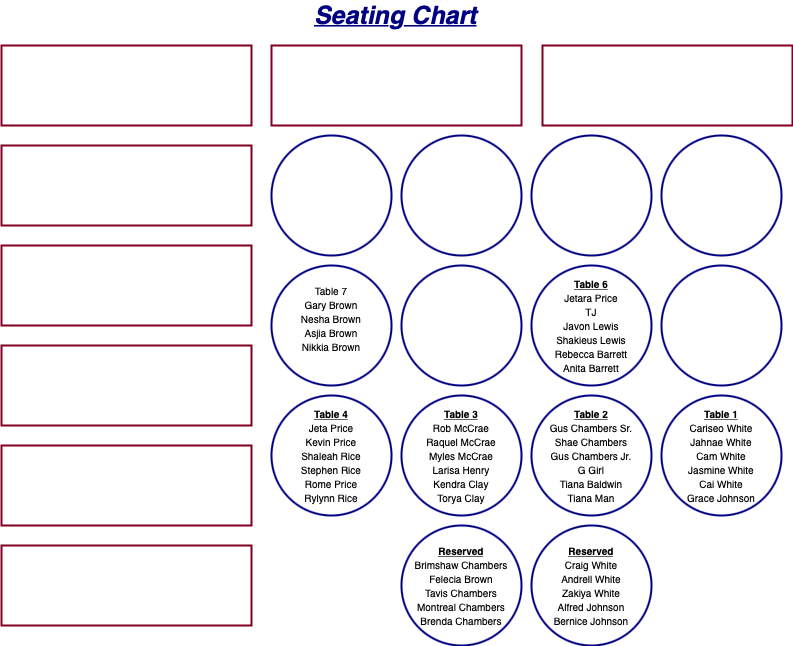
Dmchambers491/Dmchambers491.github.io keeps this draw.io diagram as Seating Chart 2.drawio.png. Above is the earlier version. Source tidied: cells renumbered, new cells last; positions are measured from the earlier drawing's top-left corner, leaving out a move shared by most shapes.
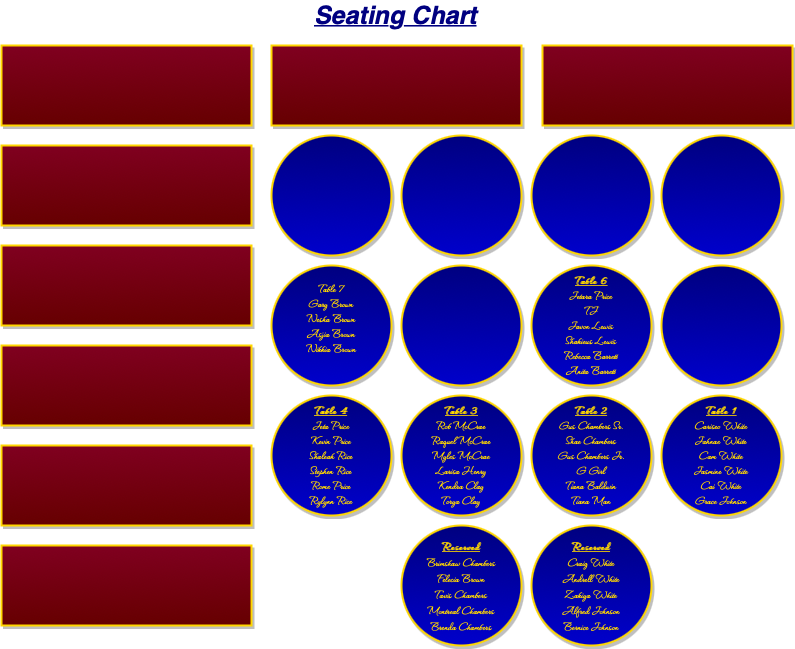
After the change.

The edit, as a diff of the source:
```diff
@@ -2,70 +2,70 @@
   <root>
     <mxCell id="0" />
     <mxCell id="1" parent="0" />
-    <mxCell id="2" style="rounded=0;whiteSpace=wrap;html=1;strokeWidth=2;strokeColor=#800020;" parent="1" vertex="1">
+    <mxCell id="2" style="rounded=0;whiteSpace=wrap;html=1;strokeWidth=2;strokeColor=#FFD700;shadow=1;fillColor=#800020;gradientColor=#660000;" parent="1" vertex="1">
       <mxGeometry y="40" width="250" height="80" as="geometry" />
     </mxCell>
-    <mxCell id="3" style="rounded=0;whiteSpace=wrap;html=1;strokeWidth=2;strokeColor=#800020;" parent="1" vertex="1">
+    <mxCell id="3" style="rounded=0;whiteSpace=wrap;html=1;strokeWidth=2;strokeColor=#FFD700;shadow=1;fillColor=#800020;gradientColor=#660000;" parent="1" vertex="1">
       <mxGeometry y="140" width="250" height="80" as="geometry" />
     </mxCell>
-    <mxCell id="4" style="rounded=0;whiteSpace=wrap;html=1;strokeWidth=2;strokeColor=#800020;" parent="1" vertex="1">
+    <mxCell id="4" style="rounded=0;whiteSpace=wrap;html=1;strokeWidth=2;strokeColor=#FFD700;shadow=1;fillColor=#800020;gradientColor=#660000;" parent="1" vertex="1">
       <mxGeometry y="240" width="250" height="80" as="geometry" />
     </mxCell>
-    <mxCell id="5" style="rounded=0;whiteSpace=wrap;html=1;strokeWidth=2;strokeColor=#800020;" parent="1" vertex="1">
+    <mxCell id="5" style="rounded=0;whiteSpace=wrap;html=1;strokeWidth=2;strokeColor=#FFD700;shadow=1;fillColor=#800020;gradientColor=#660000;" parent="1" vertex="1">
       <mxGeometry y="340" width="250" height="80" as="geometry" />
     </mxCell>
-    <mxCell id="6" style="rounded=0;whiteSpace=wrap;html=1;strokeWidth=2;strokeColor=#800020;" parent="1" vertex="1">
+    <mxCell id="6" style="rounded=0;whiteSpace=wrap;html=1;strokeWidth=2;strokeColor=#FFD700;shadow=1;fillColor=#800020;gradientColor=#660000;" parent="1" vertex="1">
       <mxGeometry y="440" width="250" height="80" as="geometry" />
     </mxCell>
-    <mxCell id="7" value="&lt;font&gt;&lt;font size=&quot;1&quot;&gt;&lt;br&gt;&lt;/font&gt;&lt;/font&gt;" style="rounded=0;whiteSpace=wrap;html=1;strokeWidth=2;strokeColor=#800020;" parent="1" vertex="1">
+    <mxCell id="7" value="&lt;font&gt;&lt;font size=&quot;1&quot;&gt;&lt;br&gt;&lt;/font&gt;&lt;/font&gt;" style="rounded=0;whiteSpace=wrap;html=1;strokeWidth=2;strokeColor=#FFD700;shadow=1;fillColor=#800020;gradientColor=#660000;" parent="1" vertex="1">
       <mxGeometry y="540" width="250" height="80" as="geometry" />
     </mxCell>
-    <mxCell id="8" style="rounded=0;whiteSpace=wrap;html=1;strokeWidth=2;strokeColor=#800020;" parent="1" vertex="1">
+    <mxCell id="8" style="rounded=0;whiteSpace=wrap;html=1;strokeWidth=2;strokeColor=#FFD700;shadow=1;fillColor=#800020;gradientColor=#660000;" parent="1" vertex="1">
       <mxGeometry x="270" y="40" width="250" height="80" as="geometry" />
     </mxCell>
-    <mxCell id="9" style="rounded=0;whiteSpace=wrap;html=1;strokeWidth=2;strokeColor=#800020;" parent="1" vertex="1">
+    <mxCell id="9" style="rounded=0;whiteSpace=wrap;html=1;strokeWidth=2;strokeColor=#FFD700;shadow=1;fillColor=#800020;gradientColor=#660000;" parent="1" vertex="1">
       <mxGeometry x="541" y="40" width="250" height="80" as="geometry" />
     </mxCell>
-    <mxCell id="10" style="ellipse;whiteSpace=wrap;html=1;strokeWidth=2;strokeColor=#000080;" parent="1" vertex="1">
+    <mxCell id="10" style="ellipse;whiteSpace=wrap;html=1;strokeWidth=2;strokeColor=#FFD700;sketch=0;shadow=1;fillColor=#000080;gradientColor=#0000CC;fontColor=#FFD700;fontFamily=Waterfall;fontSource=https%3A%2F%2Ffonts.googleapis.com%2Fcss%3Ffamily%3DWaterfall;fontSize=13;" parent="1" vertex="1">
       <mxGeometry x="270" y="130" width="120" height="120" as="geometry" />
     </mxCell>
-    <mxCell id="11" style="ellipse;whiteSpace=wrap;html=1;strokeWidth=2;strokeColor=#000080;" parent="1" vertex="1">
+    <mxCell id="11" style="ellipse;whiteSpace=wrap;html=1;strokeWidth=2;strokeColor=#FFD700;shadow=1;fillColor=#000080;gradientColor=#0000CC;fontColor=#FFD700;fontFamily=Waterfall;fontSource=https%3A%2F%2Ffonts.googleapis.com%2Fcss%3Ffamily%3DWaterfall;fontSize=13;" parent="1" vertex="1">
       <mxGeometry x="400" y="130" width="120" height="120" as="geometry" />
     </mxCell>
-    <mxCell id="12" style="ellipse;whiteSpace=wrap;html=1;strokeWidth=2;strokeColor=#000080;" parent="1" vertex="1">
+    <mxCell id="12" style="ellipse;whiteSpace=wrap;html=1;strokeWidth=2;strokeColor=#FFD700;shadow=1;fillColor=#000080;gradientColor=#0000CC;fontColor=#FFD700;fontFamily=Waterfall;fontSource=https%3A%2F%2Ffonts.googleapis.com%2Fcss%3Ffamily%3DWaterfall;fontSize=13;" parent="1" vertex="1">
       <mxGeometry x="530" y="130" width="120" height="120" as="geometry" />
     </mxCell>
-    <mxCell id="13" style="ellipse;whiteSpace=wrap;html=1;strokeWidth=2;strokeColor=#000080;" parent="1" vertex="1">
+    <mxCell id="13" style="ellipse;whiteSpace=wrap;html=1;strokeWidth=2;strokeColor=#FFD700;shadow=1;fillColor=#000080;gradientColor=#0000CC;fontColor=#FFD700;fontFamily=Waterfall;fontSource=https%3A%2F%2Ffonts.googleapis.com%2Fcss%3Ffamily%3DWaterfall;fontSize=13;" parent="1" vertex="1">
       <mxGeometry x="660" y="130" width="120" height="120" as="geometry" />
     </mxCell>
-    <mxCell id="14" value="&lt;font style=&quot;font-size: 10px&quot;&gt;Table 7&lt;br&gt;Gary Brown&lt;br&gt;Nesha Brown&lt;br&gt;Asjia Brown&lt;br&gt;Nikkia Brown&lt;br&gt;&lt;br&gt;&lt;/font&gt;" style="ellipse;whiteSpace=wrap;html=1;strokeWidth=2;strokeColor=#000080;" parent="1" vertex="1">
+    <mxCell id="14" value="&lt;font style=&quot;font-size: 13px;&quot;&gt;Table 7&lt;br style=&quot;font-size: 13px;&quot;&gt;Gary Brown&lt;br style=&quot;font-size: 13px;&quot;&gt;Nesha Brown&lt;br style=&quot;font-size: 13px;&quot;&gt;Asjia Brown&lt;br style=&quot;font-size: 13px;&quot;&gt;Nikkia Brown&lt;br style=&quot;font-size: 13px;&quot;&gt;&lt;br style=&quot;font-size: 13px;&quot;&gt;&lt;/font&gt;" style="ellipse;whiteSpace=wrap;html=1;strokeWidth=2;strokeColor=#FFD700;shadow=1;fillColor=#000080;gradientColor=#0000CC;fontColor=#FFD700;fontFamily=Waterfall;fontSource=https%3A%2F%2Ffonts.googleapis.com%2Fcss%3Ffamily%3DWaterfall;fontSize=13;" parent="1" vertex="1">
       <mxGeometry x="270" y="260" width="120" height="120" as="geometry" />
     </mxCell>
-    <mxCell id="15" style="ellipse;whiteSpace=wrap;html=1;strokeWidth=2;strokeColor=#000080;" parent="1" vertex="1">
+    <mxCell id="15" style="ellipse;whiteSpace=wrap;html=1;strokeWidth=2;strokeColor=#FFD700;shadow=1;fillColor=#000080;gradientColor=#0000CC;fontColor=#FFD700;fontFamily=Waterfall;fontSource=https%3A%2F%2Ffonts.googleapis.com%2Fcss%3Ffamily%3DWaterfall;fontSize=13;" parent="1" vertex="1">
       <mxGeometry x="400" y="260" width="120" height="120" as="geometry" />
     </mxCell>
-    <mxCell id="16" value="&lt;font style=&quot;font-size: 10px&quot;&gt;&lt;b&gt;&lt;u&gt;Table 6&lt;br&gt;&lt;/u&gt;&lt;/b&gt;Jetara Price&lt;br&gt;TJ&lt;br&gt;Javon Lewis&lt;br&gt;Shakieus Lewis&lt;br&gt;Rebecca Barrett&lt;br&gt;Anita Barrett&lt;br&gt;&lt;/font&gt;" style="ellipse;whiteSpace=wrap;html=1;strokeWidth=2;strokeColor=#000080;" parent="1" vertex="1">
+    <mxCell id="16" value="&lt;font style=&quot;font-size: 13px;&quot;&gt;&lt;b style=&quot;font-size: 13px;&quot;&gt;&lt;u style=&quot;font-size: 13px;&quot;&gt;Table 6&lt;br style=&quot;font-size: 13px;&quot;&gt;&lt;/u&gt;&lt;/b&gt;Jetara Price&lt;br style=&quot;font-size: 13px;&quot;&gt;TJ&lt;br style=&quot;font-size: 13px;&quot;&gt;Javon Lewis&lt;br style=&quot;font-size: 13px;&quot;&gt;Shakieus Lewis&lt;br style=&quot;font-size: 13px;&quot;&gt;Rebecca Barrett&lt;br style=&quot;font-size: 13px;&quot;&gt;Anita Barrett&lt;br style=&quot;font-size: 13px;&quot;&gt;&lt;/font&gt;" style="ellipse;whiteSpace=wrap;html=1;strokeWidth=2;strokeColor=#FFD700;shadow=1;fillColor=#000080;gradientColor=#0000CC;fontColor=#FFD700;fontFamily=Waterfall;fontSource=https%3A%2F%2Ffonts.googleapis.com%2Fcss%3Ffamily%3DWaterfall;fontSize=13;" parent="1" vertex="1">
       <mxGeometry x="530" y="260" width="120" height="120" as="geometry" />
     </mxCell>
-    <mxCell id="17" style="ellipse;whiteSpace=wrap;html=1;strokeWidth=2;strokeColor=#000080;" parent="1" vertex="1">
+    <mxCell id="17" style="ellipse;whiteSpace=wrap;html=1;strokeWidth=2;strokeColor=#FFD700;shadow=1;fillColor=#000080;gradientColor=#0000CC;fontColor=#FFD700;fontFamily=Waterfall;fontSource=https%3A%2F%2Ffonts.googleapis.com%2Fcss%3Ffamily%3DWaterfall;fontSize=13;" parent="1" vertex="1">
       <mxGeometry x="660" y="260" width="120" height="120" as="geometry" />
     </mxCell>
-    <mxCell id="18" value="&lt;font style=&quot;font-size: 10px&quot;&gt;&lt;b&gt;&lt;u&gt;Table 4&lt;br&gt;&lt;/u&gt;&lt;/b&gt;Jeta Price&lt;br&gt;Kevin Price&lt;br&gt;Shaleah Rice&lt;br&gt;Stephen Rice&lt;br&gt;Rome Price&lt;br&gt;Rylynn Rice&lt;br&gt;&lt;/font&gt;" style="ellipse;whiteSpace=wrap;html=1;strokeWidth=2;strokeColor=#000080;" parent="1" vertex="1">
+    <mxCell id="18" value="&lt;font style=&quot;font-size: 13px;&quot;&gt;&lt;b style=&quot;font-size: 13px;&quot;&gt;&lt;u style=&quot;font-size: 13px;&quot;&gt;Table 4&lt;br style=&quot;font-size: 13px;&quot;&gt;&lt;/u&gt;&lt;/b&gt;Jeta Price&lt;br style=&quot;font-size: 13px;&quot;&gt;Kevin Price&lt;br style=&quot;font-size: 13px;&quot;&gt;Shaleah Rice&lt;br style=&quot;font-size: 13px;&quot;&gt;Stephen Rice&lt;br style=&quot;font-size: 13px;&quot;&gt;Rome Price&lt;br style=&quot;font-size: 13px;&quot;&gt;Rylynn Rice&lt;br style=&quot;font-size: 13px;&quot;&gt;&lt;/font&gt;" style="ellipse;whiteSpace=wrap;html=1;strokeWidth=2;strokeColor=#FFD700;shadow=1;fillColor=#000080;gradientColor=#0000CC;fontColor=#FFD700;fontFamily=Waterfall;fontSource=https%3A%2F%2Ffonts.googleapis.com%2Fcss%3Ffamily%3DWaterfall;fontSize=13;" parent="1" vertex="1">
       <mxGeometry x="270" y="390" width="120" height="120" as="geometry" />
     </mxCell>
-    <mxCell id="19" value="&lt;font style=&quot;font-size: 10px&quot;&gt;&lt;b&gt;&lt;u&gt;Table 3&lt;br&gt;&lt;/u&gt;&lt;/b&gt;Rob McCrae&lt;br&gt;Raquel McCrae&lt;br&gt;Myles McCrae&lt;br&gt;Larisa Henry&lt;br&gt;Kendra Clay&lt;br&gt;Torya Clay&lt;br&gt;&lt;/font&gt;" style="ellipse;whiteSpace=wrap;html=1;strokeWidth=2;strokeColor=#000080;" parent="1" vertex="1">
+    <mxCell id="19" value="&lt;font style=&quot;font-size: 13px;&quot;&gt;&lt;b style=&quot;font-size: 13px;&quot;&gt;&lt;u style=&quot;font-size: 13px;&quot;&gt;Table 3&lt;br style=&quot;font-size: 13px;&quot;&gt;&lt;/u&gt;&lt;/b&gt;Rob McCrae&lt;br style=&quot;font-size: 13px;&quot;&gt;Raquel McCrae&lt;br style=&quot;font-size: 13px;&quot;&gt;Myles McCrae&lt;br style=&quot;font-size: 13px;&quot;&gt;Larisa Henry&lt;br style=&quot;font-size: 13px;&quot;&gt;Kendra Clay&lt;br style=&quot;font-size: 13px;&quot;&gt;Torya Clay&lt;br style=&quot;font-size: 13px;&quot;&gt;&lt;/font&gt;" style="ellipse;whiteSpace=wrap;html=1;strokeWidth=2;strokeColor=#FFD700;shadow=1;fillColor=#000080;gradientColor=#0000CC;fontColor=#FFD700;fontFamily=Waterfall;fontSource=https%3A%2F%2Ffonts.googleapis.com%2Fcss%3Ffamily%3DWaterfall;fontSize=13;" parent="1" vertex="1">
       <mxGeometry x="400" y="390" width="120" height="120" as="geometry" />
     </mxCell>
-    <mxCell id="20" value="&lt;font style=&quot;font-size: 10px&quot;&gt;&lt;b&gt;&lt;u&gt;Table 2&lt;br&gt;&lt;/u&gt;&lt;/b&gt;Gus Chambers Sr.&lt;br&gt;Shae Chambers&lt;br&gt;Gus Chambers Jr.&lt;br&gt;G Girl&lt;br&gt;Tiana Baldwin&lt;br&gt;Tiana Man&lt;br&gt;&lt;/font&gt;" style="ellipse;whiteSpace=wrap;html=1;strokeWidth=2;strokeColor=#000080;" parent="1" vertex="1">
+    <mxCell id="20" value="&lt;font style=&quot;font-size: 13px;&quot;&gt;&lt;b style=&quot;font-size: 13px;&quot;&gt;&lt;u style=&quot;font-size: 13px;&quot;&gt;Table 2&lt;br style=&quot;font-size: 13px;&quot;&gt;&lt;/u&gt;&lt;/b&gt;Gus Chambers Sr.&lt;br style=&quot;font-size: 13px;&quot;&gt;Shae Chambers&lt;br style=&quot;font-size: 13px;&quot;&gt;Gus Chambers Jr.&lt;br style=&quot;font-size: 13px;&quot;&gt;G Girl&lt;br style=&quot;font-size: 13px;&quot;&gt;Tiana Baldwin&lt;br style=&quot;font-size: 13px;&quot;&gt;Tiana Man&lt;br style=&quot;font-size: 13px;&quot;&gt;&lt;/font&gt;" style="ellipse;whiteSpace=wrap;html=1;strokeWidth=2;strokeColor=#FFD700;shadow=1;fillColor=#000080;gradientColor=#0000CC;fontColor=#FFD700;fontFamily=Waterfall;fontSource=https%3A%2F%2Ffonts.googleapis.com%2Fcss%3Ffamily%3DWaterfall;fontSize=13;" parent="1" vertex="1">
       <mxGeometry x="530" y="390" width="120" height="120" as="geometry" />
     </mxCell>
-    <mxCell id="21" value="&lt;font style=&quot;font-size: 10px&quot;&gt;&lt;b&gt;&lt;u&gt;Table 1&lt;br&gt;&lt;/u&gt;&lt;/b&gt;Cariseo White&lt;br&gt;Jahnae White&lt;br&gt;Cam White&lt;br&gt;Jasmine White&lt;br&gt;Cai White&lt;br&gt;Grace Johnson&lt;br&gt;&lt;/font&gt;" style="ellipse;whiteSpace=wrap;html=1;strokeWidth=2;strokeColor=#000080;" parent="1" vertex="1">
+    <mxCell id="21" value="&lt;font style=&quot;font-size: 13px;&quot;&gt;&lt;b style=&quot;font-size: 13px;&quot;&gt;&lt;u style=&quot;font-size: 13px;&quot;&gt;Table 1&lt;br style=&quot;font-size: 13px;&quot;&gt;&lt;/u&gt;&lt;/b&gt;Cariseo White&lt;br style=&quot;font-size: 13px;&quot;&gt;Jahnae White&lt;br style=&quot;font-size: 13px;&quot;&gt;Cam White&lt;br style=&quot;font-size: 13px;&quot;&gt;Jasmine White&lt;br style=&quot;font-size: 13px;&quot;&gt;Cai White&lt;br style=&quot;font-size: 13px;&quot;&gt;Grace Johnson&lt;br style=&quot;font-size: 13px;&quot;&gt;&lt;/font&gt;" style="ellipse;whiteSpace=wrap;html=1;strokeWidth=2;strokeColor=#FFD700;shadow=1;fillColor=#000080;gradientColor=#0000CC;fontColor=#FFD700;fontFamily=Waterfall;fontSource=https%3A%2F%2Ffonts.googleapis.com%2Fcss%3Ffamily%3DWaterfall;fontSize=13;" parent="1" vertex="1">
       <mxGeometry x="660" y="390" width="120" height="120" as="geometry" />
     </mxCell>
-    <mxCell id="22" value="&lt;font style=&quot;font-size: 10px&quot;&gt;&lt;font style=&quot;font-size: 10px&quot;&gt;&lt;b&gt;&lt;u&gt;Reserved&lt;/u&gt;&lt;br&gt;&lt;/b&gt;Brimshaw Chambers&lt;/font&gt;&lt;br&gt;&lt;font style=&quot;font-size: 10px&quot;&gt;Felecia Brown&lt;br&gt;Tavis Chambers&lt;br&gt;Montreal Chambers&lt;br&gt;Brenda Chambers&lt;/font&gt;&lt;/font&gt;" style="ellipse;whiteSpace=wrap;html=1;strokeWidth=2;strokeColor=#000080;horizontal=1;verticalAlign=middle;" parent="1" vertex="1">
+    <mxCell id="22" value="&lt;font style=&quot;font-size: 13px;&quot; face=&quot;Waterfall&quot;&gt;&lt;font style=&quot;font-size: 13px;&quot;&gt;&lt;b style=&quot;font-size: 13px;&quot;&gt;&lt;u style=&quot;font-size: 13px;&quot;&gt;Reserved&lt;/u&gt;&lt;br style=&quot;font-size: 13px;&quot;&gt;&lt;/b&gt;Brimshaw Chambers&lt;/font&gt;&lt;br style=&quot;font-size: 13px;&quot;&gt;&lt;font style=&quot;font-size: 13px;&quot;&gt;Felecia Brown&lt;br style=&quot;font-size: 13px;&quot;&gt;Tavis Chambers&lt;br style=&quot;font-size: 13px;&quot;&gt;Montreal Chambers&lt;br style=&quot;font-size: 13px;&quot;&gt;Brenda Chambers&lt;/font&gt;&lt;/font&gt;" style="ellipse;whiteSpace=wrap;html=1;strokeWidth=2;strokeColor=#FFD700;horizontal=1;verticalAlign=middle;shadow=1;fillColor=#000080;gradientColor=#0000CC;fontColor=#FFD700;fontSize=13;" parent="1" vertex="1">
       <mxGeometry x="400" y="520" width="120" height="120" as="geometry" />
     </mxCell>
-    <mxCell id="23" value="&lt;font style=&quot;font-size: 10px&quot;&gt;&lt;u&gt;&lt;b&gt;Reserved&lt;/b&gt;&lt;/u&gt;&lt;br&gt;Craig White&lt;br&gt;Andrell White&lt;br&gt;Zakiya White&lt;br&gt;Alfred Johnson&lt;br&gt;Bernice Johnson&lt;/font&gt;" style="ellipse;whiteSpace=wrap;html=1;strokeWidth=2;strokeColor=#000080;" parent="1" vertex="1">
+    <mxCell id="23" value="&lt;font style=&quot;font-size: 13px;&quot; color=&quot;#ffd700&quot; face=&quot;Waterfall&quot;&gt;&lt;u style=&quot;font-size: 13px;&quot;&gt;&lt;b style=&quot;font-size: 13px;&quot;&gt;Reserved&lt;/b&gt;&lt;/u&gt;&lt;br style=&quot;font-size: 13px;&quot;&gt;Craig White&lt;br style=&quot;font-size: 13px;&quot;&gt;Andrell White&lt;br style=&quot;font-size: 13px;&quot;&gt;Zakiya White&lt;br style=&quot;font-size: 13px;&quot;&gt;Alfred Johnson&lt;br style=&quot;font-size: 13px;&quot;&gt;Bernice Johnson&lt;/font&gt;" style="ellipse;whiteSpace=wrap;html=1;strokeWidth=2;strokeColor=#FFD700;shadow=1;fillColor=#000080;gradientColor=#0000CC;sketch=0;perimeterSpacing=0;fontSize=13;" parent="1" vertex="1">
       <mxGeometry x="530" y="520" width="120" height="120" as="geometry" />
     </mxCell>
     <mxCell id="24" value="&lt;u&gt;&lt;b&gt;&lt;i&gt;&lt;font color=&quot;#000080&quot; style=&quot;font-size: 25px&quot;&gt;Seating Chart&lt;/font&gt;&lt;/i&gt;&lt;/b&gt;&lt;/u&gt;" style="text;html=1;align=center;verticalAlign=middle;strokeColor=none;fillColor=none;" parent="1" vertex="1">
```
